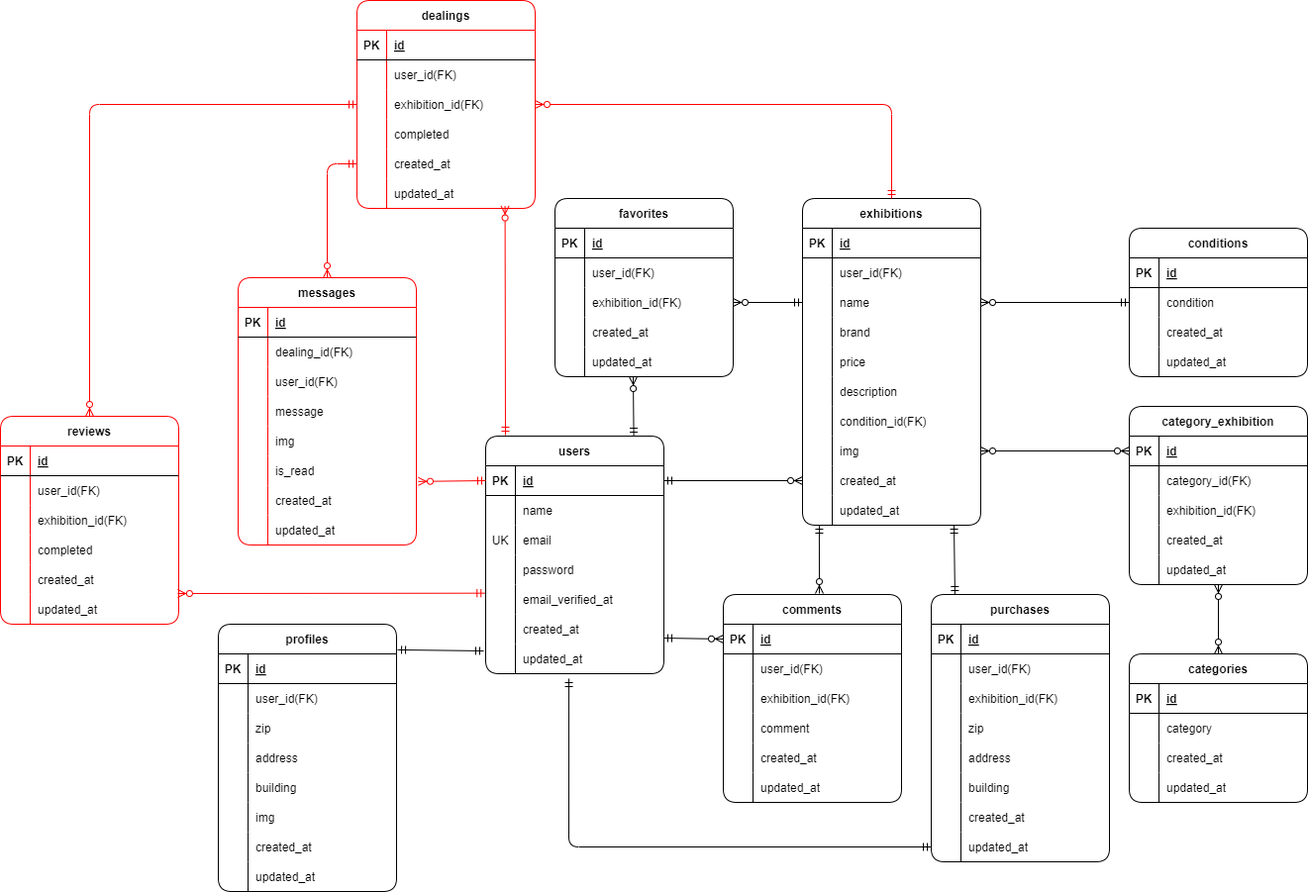
Earlier version of the draw.io export readme/flea_market.drawio.png (yknrt/flea-market). Source tidied: cells renumbered, new cells last; positions are measured from the earlier drawing's top-left corner, leaving out a move shared by most shapes.
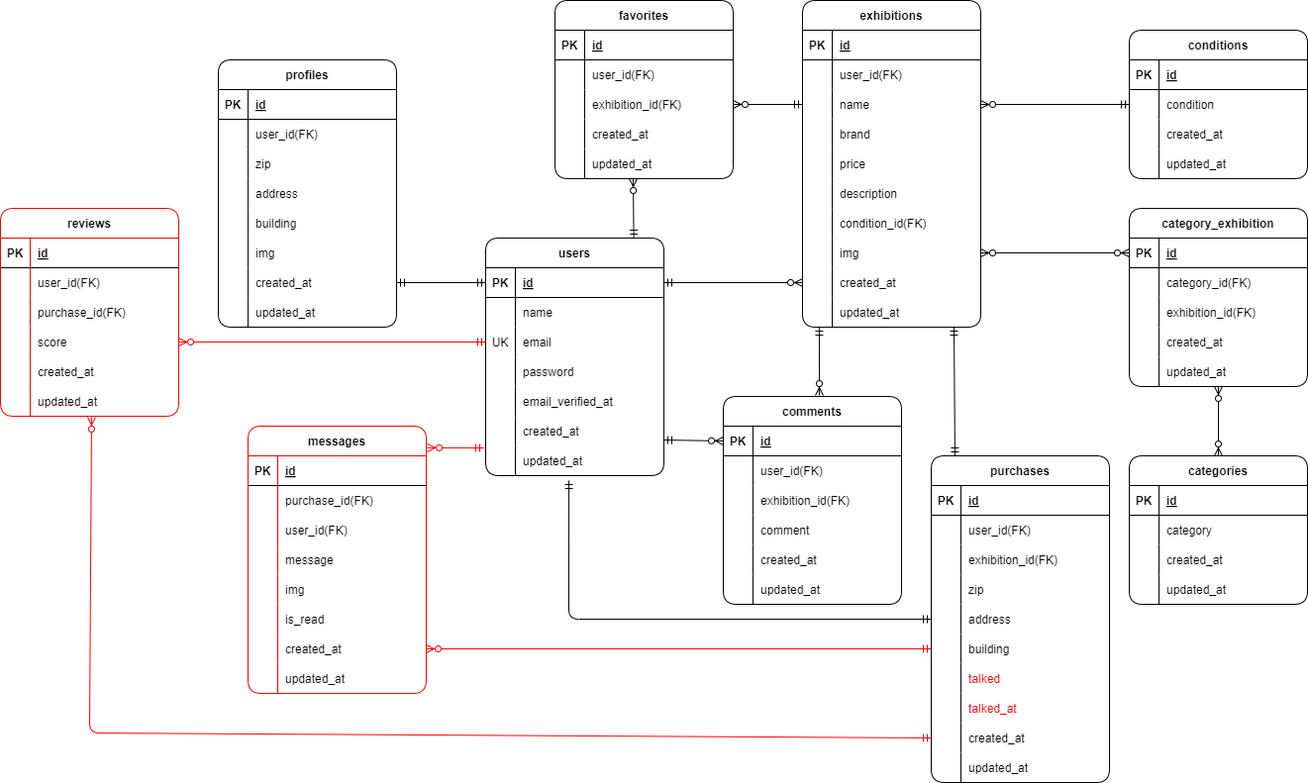
The same diagram one commit later.

Change to the diagram source:
```diff
@@ -377,7 +377,7 @@
       <mxGeometry relative="1" as="geometry" />
     </mxCell>
     <mxCell id="123" value="profiles" style="shape=table;startSize=30;rowLines=0;fontStyle=1;align=center;rounded=1;" parent="1" vertex="1">
-      <mxGeometry x="220" y="630" width="180" height="270" as="geometry" />
+      <mxGeometry x="220" y="260" width="180" height="270" as="geometry" />
     </mxCell>
     <mxCell id="124" style="shape=tableRow;horizontal=0;startSize=0;swimlaneHead=0;swimlaneBody=0;fillColor=none;top=0;left=0;right=0;bottom=1;rounded=1;" parent="123" vertex="1">
       <mxGeometry y="30" width="180" height="30" as="geometry" />
@@ -451,13 +451,11 @@
     <mxCell id="147" value="updated_at" style="shape=partialRectangle;fillColor=none;top=0;left=0;bottom=0;right=0;align=left;spacingLeft=6;overflow=hidden;rounded=1;" parent="145" vertex="1">
       <mxGeometry x="30" width="150" height="30" as="geometry" />
     </mxCell>
-    <mxCell id="148" style="fontSize=12;html=1;endArrow=ERmandOne;startArrow=ERmandOne;exitX=1.006;exitY=0.096;exitDx=0;exitDy=0;endFill=0;exitPerimeter=0;" parent="1" edge="1" source="123">
-      <mxGeometry relative="1" as="geometry">
-        <mxPoint x="488" y="657" as="targetPoint" />
-      </mxGeometry>
+    <mxCell id="148" style="fontSize=12;html=1;endArrow=ERmandOne;startArrow=ERmandOne;exitX=1;exitY=0.5;exitDx=0;exitDy=0;endFill=0;entryX=0;entryY=0.5;entryDx=0;entryDy=0;" parent="1" edge="1" source="142" target="3">
+      <mxGeometry relative="1" as="geometry" />
     </mxCell>
     <mxCell id="149" value="purchases" style="shape=table;startSize=30;rowLines=0;fontStyle=1;align=center;rounded=1;" parent="1" vertex="1">
-      <mxGeometry x="940" y="600" width="180" height="270" as="geometry" />
+      <mxGeometry x="940" y="660" width="180" height="330" as="geometry" />
     </mxCell>
     <mxCell id="150" style="shape=tableRow;horizontal=0;startSize=0;swimlaneHead=0;swimlaneBody=0;fillColor=none;top=0;left=0;right=0;bottom=1;rounded=1;" parent="149" vertex="1">
       <mxGeometry y="30" width="180" height="30" as="geometry" />
@@ -513,8 +511,26 @@
     <mxCell id="167" value="building" style="shape=partialRectangle;fillColor=none;top=0;left=0;bottom=0;right=0;align=left;spacingLeft=6;overflow=hidden;rounded=1;" parent="165" vertex="1">
       <mxGeometry x="30" width="150" height="30" as="geometry" />
     </mxCell>
+    <mxCell id="262" style="shape=tableRow;horizontal=0;startSize=0;swimlaneHead=0;swimlaneBody=0;fillColor=none;top=0;left=0;right=0;bottom=0;rounded=1;" parent="149" vertex="1">
+      <mxGeometry y="210" width="180" height="30" as="geometry" />
+    </mxCell>
+    <mxCell id="263" style="shape=partialRectangle;fillColor=none;top=0;left=0;bottom=0;right=0;overflow=hidden;rounded=1;" parent="262" vertex="1">
+      <mxGeometry width="30" height="30" as="geometry" />
+    </mxCell>
+    <mxCell id="264" value="talked" style="shape=partialRectangle;fillColor=none;top=0;left=0;bottom=0;right=0;align=left;spacingLeft=6;overflow=hidden;rounded=1;fontColor=light-dark(#ff0000, #ededed);" parent="262" vertex="1">
+      <mxGeometry x="30" width="150" height="30" as="geometry" />
+    </mxCell>
+    <mxCell id="265" style="shape=tableRow;horizontal=0;startSize=0;swimlaneHead=0;swimlaneBody=0;fillColor=none;top=0;left=0;right=0;bottom=0;rounded=1;" parent="149" vertex="1">
+      <mxGeometry y="240" width="180" height="30" as="geometry" />
+    </mxCell>
+    <mxCell id="266" style="shape=partialRectangle;fillColor=none;top=0;left=0;bottom=0;right=0;overflow=hidden;rounded=1;" parent="265" vertex="1">
+      <mxGeometry width="30" height="30" as="geometry" />
+    </mxCell>
+    <mxCell id="267" value="talked_at" style="shape=partialRectangle;fillColor=none;top=0;left=0;bottom=0;right=0;align=left;spacingLeft=6;overflow=hidden;rounded=1;fontColor=light-dark(#ff0000, #ededed);" parent="265" vertex="1">
+      <mxGeometry x="30" width="150" height="30" as="geometry" />
+    </mxCell>
     <mxCell id="168" style="shape=tableRow;horizontal=0;startSize=0;swimlaneHead=0;swimlaneBody=0;fillColor=none;points=[[0,0.5],[1,0.5]];portConstraint=eastwest;top=0;left=0;right=0;bottom=0;rounded=1;" parent="149" vertex="1">
-      <mxGeometry y="210" width="180" height="30" as="geometry" />
+      <mxGeometry y="270" width="180" height="30" as="geometry" />
     </mxCell>
     <mxCell id="169" style="shape=partialRectangle;fillColor=none;top=0;left=0;bottom=0;right=0;overflow=hidden;rounded=1;" parent="168" vertex="1">
       <mxGeometry width="30" height="30" as="geometry" />
@@ -523,7 +539,7 @@
       <mxGeometry x="30" width="150" height="30" as="geometry" />
     </mxCell>
     <mxCell id="171" style="shape=tableRow;horizontal=0;startSize=0;swimlaneHead=0;swimlaneBody=0;fillColor=none;points=[[0,0.5],[1,0.5]];portConstraint=eastwest;top=0;left=0;right=0;bottom=0;rounded=1;" parent="149" vertex="1">
-      <mxGeometry y="240" width="180" height="30" as="geometry" />
+      <mxGeometry y="300" width="180" height="30" as="geometry" />
     </mxCell>
     <mxCell id="172" style="shape=partialRectangle;fillColor=none;top=0;left=0;bottom=0;right=0;overflow=hidden;rounded=1;" parent="171" vertex="1">
       <mxGeometry width="30" height="30" as="geometry" />
@@ -531,10 +547,10 @@
     <mxCell id="173" value="updated_at" style="shape=partialRectangle;fillColor=none;top=0;left=0;bottom=0;right=0;align=left;spacingLeft=6;overflow=hidden;rounded=1;" parent="171" vertex="1">
       <mxGeometry x="30" width="150" height="30" as="geometry" />
     </mxCell>
-    <mxCell id="174" style="fontSize=12;html=1;endArrow=ERmandOne;startArrow=ERmandOne;exitX=0.467;exitY=1.167;exitDx=0;exitDy=0;entryX=0;entryY=0.5;entryDx=0;entryDy=0;endFill=0;exitPerimeter=0;" parent="1" edge="1" source="21" target="171">
+    <mxCell id="174" style="fontSize=12;html=1;endArrow=ERmandOne;startArrow=ERmandOne;exitX=0.467;exitY=1.167;exitDx=0;exitDy=0;entryX=0;entryY=0.5;entryDx=0;entryDy=0;endFill=0;exitPerimeter=0;" parent="1" edge="1" source="21" target="162">
       <mxGeometry relative="1" as="geometry">
         <Array as="points">
-          <mxPoint x="574" y="855" />
+          <mxPoint x="574" y="825" />
         </Array>
       </mxGeometry>
     </mxCell>
@@ -594,75 +610,8 @@
         <mxPoint x="1230" y="590" as="sourcePoint" />
       </mxGeometry>
     </mxCell>
-    <mxCell id="193" value="dealings" style="shape=table;startSize=30;rowLines=0;fontStyle=1;align=center;rounded=1;strokeColor=#FF0000;" parent="1" vertex="1">
-      <mxGeometry x="360" width="180" height="210" as="geometry" />
-    </mxCell>
-    <mxCell id="194" style="shape=tableRow;horizontal=0;startSize=0;swimlaneHead=0;swimlaneBody=0;fillColor=none;top=0;left=0;right=0;bottom=1;rounded=1;" parent="193" vertex="1">
-      <mxGeometry y="30" width="180" height="30" as="geometry" />
-    </mxCell>
-    <mxCell id="195" value="PK" style="shape=partialRectangle;fillColor=none;top=0;left=0;bottom=0;right=0;fontStyle=1;overflow=hidden;rounded=1;" parent="194" vertex="1">
-      <mxGeometry width="30" height="30" as="geometry" />
-    </mxCell>
-    <mxCell id="196" value="id" style="shape=partialRectangle;fillColor=none;top=0;left=0;bottom=0;right=0;align=left;spacingLeft=6;fontStyle=5;overflow=hidden;rounded=1;" parent="194" vertex="1">
-      <mxGeometry x="30" width="150" height="30" as="geometry" />
-    </mxCell>
-    <mxCell id="197" style="shape=tableRow;horizontal=0;startSize=0;swimlaneHead=0;swimlaneBody=0;fillColor=none;top=0;left=0;right=0;bottom=0;rounded=1;" parent="193" vertex="1">
-      <mxGeometry y="60" width="180" height="30" as="geometry" />
-    </mxCell>
-    <mxCell id="198" style="shape=partialRectangle;fillColor=none;top=0;left=0;bottom=0;right=0;overflow=hidden;rounded=1;" parent="197" vertex="1">
-      <mxGeometry width="30" height="30" as="geometry" />
-    </mxCell>
-    <mxCell id="199" value="user_id(FK)" style="shape=partialRectangle;fillColor=none;top=0;left=0;bottom=0;right=0;align=left;spacingLeft=6;overflow=hidden;rounded=1;" parent="197" vertex="1">
-      <mxGeometry x="30" width="150" height="30" as="geometry" />
-    </mxCell>
-    <mxCell id="200" style="shape=tableRow;horizontal=0;startSize=0;swimlaneHead=0;swimlaneBody=0;fillColor=none;points=[[0,0.5],[1,0.5]];portConstraint=eastwest;top=0;left=0;right=0;bottom=0;rounded=1;" parent="193" vertex="1">
-      <mxGeometry y="90" width="180" height="30" as="geometry" />
-    </mxCell>
-    <mxCell id="201" style="shape=partialRectangle;fillColor=none;top=0;left=0;bottom=0;right=0;overflow=hidden;rounded=1;" parent="200" vertex="1">
-      <mxGeometry width="30" height="30" as="geometry" />
-    </mxCell>
-    <mxCell id="202" value="exhibition_id(FK)" style="shape=partialRectangle;fillColor=none;top=0;left=0;bottom=0;right=0;align=left;spacingLeft=6;overflow=hidden;rounded=1;" parent="200" vertex="1">
-      <mxGeometry x="30" width="150" height="30" as="geometry" />
-    </mxCell>
-    <mxCell id="203" style="shape=tableRow;horizontal=0;startSize=0;swimlaneHead=0;swimlaneBody=0;fillColor=none;top=0;left=0;right=0;bottom=0;rounded=1;" parent="193" vertex="1">
-      <mxGeometry y="120" width="180" height="30" as="geometry" />
-    </mxCell>
-    <mxCell id="204" style="shape=partialRectangle;fillColor=none;top=0;left=0;bottom=0;right=0;overflow=hidden;rounded=1;" parent="203" vertex="1">
-      <mxGeometry width="30" height="30" as="geometry" />
-    </mxCell>
-    <mxCell id="205" value="completed" style="shape=partialRectangle;fillColor=none;top=0;left=0;bottom=0;right=0;align=left;spacingLeft=6;overflow=hidden;rounded=1;" parent="203" vertex="1">
-      <mxGeometry x="30" width="150" height="30" as="geometry" />
-    </mxCell>
-    <mxCell id="206" style="shape=tableRow;horizontal=0;startSize=0;swimlaneHead=0;swimlaneBody=0;fillColor=none;points=[[0,0.5],[1,0.5]];portConstraint=eastwest;top=0;left=0;right=0;bottom=0;rounded=1;" parent="193" vertex="1">
-      <mxGeometry y="150" width="180" height="30" as="geometry" />
-    </mxCell>
-    <mxCell id="207" style="shape=partialRectangle;fillColor=none;top=0;left=0;bottom=0;right=0;overflow=hidden;rounded=1;" parent="206" vertex="1">
-      <mxGeometry width="30" height="30" as="geometry" />
-    </mxCell>
-    <mxCell id="208" value="created_at" style="shape=partialRectangle;fillColor=none;top=0;left=0;bottom=0;right=0;align=left;spacingLeft=6;overflow=hidden;rounded=1;" parent="206" vertex="1">
-      <mxGeometry x="30" width="150" height="30" as="geometry" />
-    </mxCell>
-    <mxCell id="209" style="shape=tableRow;horizontal=0;startSize=0;swimlaneHead=0;swimlaneBody=0;fillColor=none;points=[[0,0.5],[1,0.5]];portConstraint=eastwest;top=0;left=0;right=0;bottom=0;rounded=1;" parent="193" vertex="1">
-      <mxGeometry y="180" width="180" height="30" as="geometry" />
-    </mxCell>
-    <mxCell id="210" style="shape=partialRectangle;fillColor=none;top=0;left=0;bottom=0;right=0;overflow=hidden;rounded=1;" parent="209" vertex="1">
-      <mxGeometry width="30" height="30" as="geometry" />
-    </mxCell>
-    <mxCell id="211" value="updated_at" style="shape=partialRectangle;fillColor=none;top=0;left=0;bottom=0;right=0;align=left;spacingLeft=6;overflow=hidden;rounded=1;" parent="209" vertex="1">
-      <mxGeometry x="30" width="150" height="30" as="geometry" />
-    </mxCell>
-    <mxCell id="212" style="fontSize=12;html=1;endArrow=ERzeroToMany;startArrow=ERmandOne;exitX=0.5;exitY=0;exitDx=0;exitDy=0;entryX=1;entryY=0.5;entryDx=0;entryDy=0;strokeColor=#FF0000;" parent="1" edge="1" source="38" target="200">
-      <mxGeometry relative="1" as="geometry">
-        <Array as="points">
-          <mxPoint x="900" y="105" />
-        </Array>
-      </mxGeometry>
-    </mxCell>
-    <mxCell id="213" style="fontSize=12;html=1;endArrow=ERzeroToMany;startArrow=ERmandOne;exitX=0.111;exitY=-0.004;exitDx=0;exitDy=0;exitPerimeter=0;entryX=0.831;entryY=0.919;entryDx=0;entryDy=0;entryPerimeter=0;strokeColor=#FF0000;" parent="1" edge="1" source="2" target="209">
-      <mxGeometry relative="1" as="geometry" />
-    </mxCell>
     <mxCell id="214" value="messages" style="shape=table;startSize=30;rowLines=0;fontStyle=1;align=center;rounded=1;strokeColor=#FF0000;" parent="1" vertex="1">
-      <mxGeometry x="240" y="280" width="180" height="270" as="geometry" />
+      <mxGeometry x="250" y="630" width="180" height="270" as="geometry" />
     </mxCell>
     <mxCell id="215" style="shape=tableRow;horizontal=0;startSize=0;swimlaneHead=0;swimlaneBody=0;fillColor=none;top=0;left=0;right=0;bottom=1;rounded=1;" parent="214" vertex="1">
       <mxGeometry y="30" width="180" height="30" as="geometry" />
@@ -679,7 +628,7 @@
     <mxCell id="219" style="shape=partialRectangle;fillColor=none;top=0;left=0;bottom=0;right=0;overflow=hidden;rounded=1;" parent="218" vertex="1">
       <mxGeometry width="30" height="30" as="geometry" />
     </mxCell>
-    <mxCell id="220" value="dealing_id(FK)" style="shape=partialRectangle;fillColor=none;top=0;left=0;bottom=0;right=0;align=left;spacingLeft=6;overflow=hidden;rounded=1;" parent="218" vertex="1">
+    <mxCell id="220" value="purchase_id(FK)" style="shape=partialRectangle;fillColor=none;top=0;left=0;bottom=0;right=0;align=left;spacingLeft=6;overflow=hidden;rounded=1;" parent="218" vertex="1">
       <mxGeometry x="30" width="150" height="30" as="geometry" />
     </mxCell>
     <mxCell id="221" style="shape=tableRow;horizontal=0;startSize=0;swimlaneHead=0;swimlaneBody=0;fillColor=none;top=0;left=0;right=0;bottom=0;rounded=1;" parent="214" vertex="1">
@@ -737,7 +686,7 @@
       <mxGeometry x="30" width="150" height="30" as="geometry" />
     </mxCell>
     <mxCell id="239" value="reviews" style="shape=table;startSize=30;rowLines=0;fontStyle=1;align=center;rounded=1;strokeColor=#FF0000;" parent="1" vertex="1">
-      <mxGeometry y="420" width="180" height="210" as="geometry" />
+      <mxGeometry y="410" width="180" height="210" as="geometry" />
     </mxCell>
     <mxCell id="240" style="shape=tableRow;horizontal=0;startSize=0;swimlaneHead=0;swimlaneBody=0;fillColor=none;top=0;left=0;right=0;bottom=1;rounded=1;" parent="239" vertex="1">
       <mxGeometry y="30" width="180" height="30" as="geometry" />
@@ -763,7 +712,7 @@
     <mxCell id="247" style="shape=partialRectangle;fillColor=none;top=0;left=0;bottom=0;right=0;overflow=hidden;rounded=1;" parent="246" vertex="1">
       <mxGeometry width="30" height="30" as="geometry" />
     </mxCell>
-    <mxCell id="248" value="exhibition_id(FK)" style="shape=partialRectangle;fillColor=none;top=0;left=0;bottom=0;right=0;align=left;spacingLeft=6;overflow=hidden;rounded=1;" parent="246" vertex="1">
+    <mxCell id="248" value="purchase_id(FK)" style="shape=partialRectangle;fillColor=none;top=0;left=0;bottom=0;right=0;align=left;spacingLeft=6;overflow=hidden;rounded=1;" parent="246" vertex="1">
       <mxGeometry x="30" width="150" height="30" as="geometry" />
     </mxCell>
     <mxCell id="249" style="shape=tableRow;horizontal=0;startSize=0;swimlaneHead=0;swimlaneBody=0;fillColor=none;points=[[0,0.5],[1,0.5]];portConstraint=eastwest;top=0;left=0;right=0;bottom=0;rounded=1;" parent="239" vertex="1">
@@ -772,7 +721,7 @@
     <mxCell id="250" style="shape=partialRectangle;fillColor=none;top=0;left=0;bottom=0;right=0;overflow=hidden;rounded=1;" parent="249" vertex="1">
       <mxGeometry width="30" height="30" as="geometry" />
     </mxCell>
-    <mxCell id="251" value="completed" style="shape=partialRectangle;fillColor=none;top=0;left=0;bottom=0;right=0;align=left;spacingLeft=6;overflow=hidden;rounded=1;" parent="249" vertex="1">
+    <mxCell id="251" value="score" style="shape=partialRectangle;fillColor=none;top=0;left=0;bottom=0;right=0;align=left;spacingLeft=6;overflow=hidden;rounded=1;" parent="249" vertex="1">
       <mxGeometry x="30" width="150" height="30" as="geometry" />
     </mxCell>
     <mxCell id="252" style="shape=tableRow;horizontal=0;startSize=0;swimlaneHead=0;swimlaneBody=0;fillColor=none;top=0;left=0;right=0;bottom=0;rounded=1;" parent="239" vertex="1">
@@ -793,24 +742,20 @@
     <mxCell id="257" value="updated_at" style="shape=partialRectangle;fillColor=none;top=0;left=0;bottom=0;right=0;align=left;spacingLeft=6;overflow=hidden;rounded=1;" parent="255" vertex="1">
       <mxGeometry x="30" width="150" height="30" as="geometry" />
     </mxCell>
-    <mxCell id="258" style="fontSize=12;html=1;endArrow=ERzeroToMany;startArrow=ERmandOne;exitX=0;exitY=0.5;exitDx=0;exitDy=0;entryX=0.5;entryY=0;entryDx=0;entryDy=0;strokeColor=#FF0000;" parent="1" edge="1" source="206" target="214">
-      <mxGeometry relative="1" as="geometry">
-        <Array as="points">
-          <mxPoint x="330" y="165" />
-        </Array>
-      </mxGeometry>
+    <mxCell id="258" style="fontSize=12;html=1;endArrow=ERzeroToMany;startArrow=ERmandOne;entryX=1.006;entryY=0.081;entryDx=0;entryDy=0;strokeColor=#FF0000;exitX=-0.011;exitY=0.067;exitDx=0;exitDy=0;entryPerimeter=0;exitPerimeter=0;" parent="1" edge="1" source="21" target="214">
+      <mxGeometry relative="1" as="geometry" />
     </mxCell>
-    <mxCell id="259" style="fontSize=12;html=1;endArrow=ERzeroToMany;startArrow=ERmandOne;exitX=0;exitY=0.5;exitDx=0;exitDy=0;entryX=1.011;entryY=0.862;entryDx=0;entryDy=0;strokeColor=#FF0000;entryPerimeter=0;" parent="1" edge="1" source="3" target="230">
+    <mxCell id="259" style="fontSize=12;html=1;endArrow=ERzeroToMany;startArrow=ERmandOne;exitX=0;exitY=0.5;exitDx=0;exitDy=0;entryX=1;entryY=0.5;entryDx=0;entryDy=0;strokeColor=#FF0000;" parent="1" edge="1" source="165" target="233">
       <mxGeometry relative="1" as="geometry" />
     </mxCell>
-    <mxCell id="260" style="fontSize=12;html=1;endArrow=ERzeroToMany;startArrow=ERmandOne;exitX=0;exitY=0.5;exitDx=0;exitDy=0;strokeColor=#FF0000;" parent="1" edge="1" source="200" target="239">
+    <mxCell id="260" style="fontSize=12;html=1;endArrow=ERzeroToMany;startArrow=ERmandOne;strokeColor=#FF0000;entryX=0.511;entryY=1.033;entryDx=0;entryDy=0;entryPerimeter=0;exitX=0;exitY=0.5;exitDx=0;exitDy=0;" parent="1" edge="1" source="168" target="255">
       <mxGeometry relative="1" as="geometry">
         <Array as="points">
-          <mxPoint x="90" y="105" />
+          <mxPoint x="90" y="940" />
         </Array>
       </mxGeometry>
     </mxCell>
-    <mxCell id="261" style="fontSize=12;html=1;endArrow=ERzeroToMany;startArrow=ERmandOne;entryX=0.994;entryY=-0.033;entryDx=0;entryDy=0;strokeColor=#FF0000;entryPerimeter=0;exitX=-0.004;exitY=0.289;exitDx=0;exitDy=0;exitPerimeter=0;" parent="1" edge="1" source="15" target="255">
+    <mxCell id="261" style="fontSize=12;html=1;endArrow=ERzeroToMany;startArrow=ERmandOne;entryX=1;entryY=0.5;entryDx=0;entryDy=0;strokeColor=#FF0000;exitX=0;exitY=0.5;exitDx=0;exitDy=0;" parent="1" edge="1" source="9" target="249">
       <mxGeometry relative="1" as="geometry" />
     </mxCell>
   </root>
```
